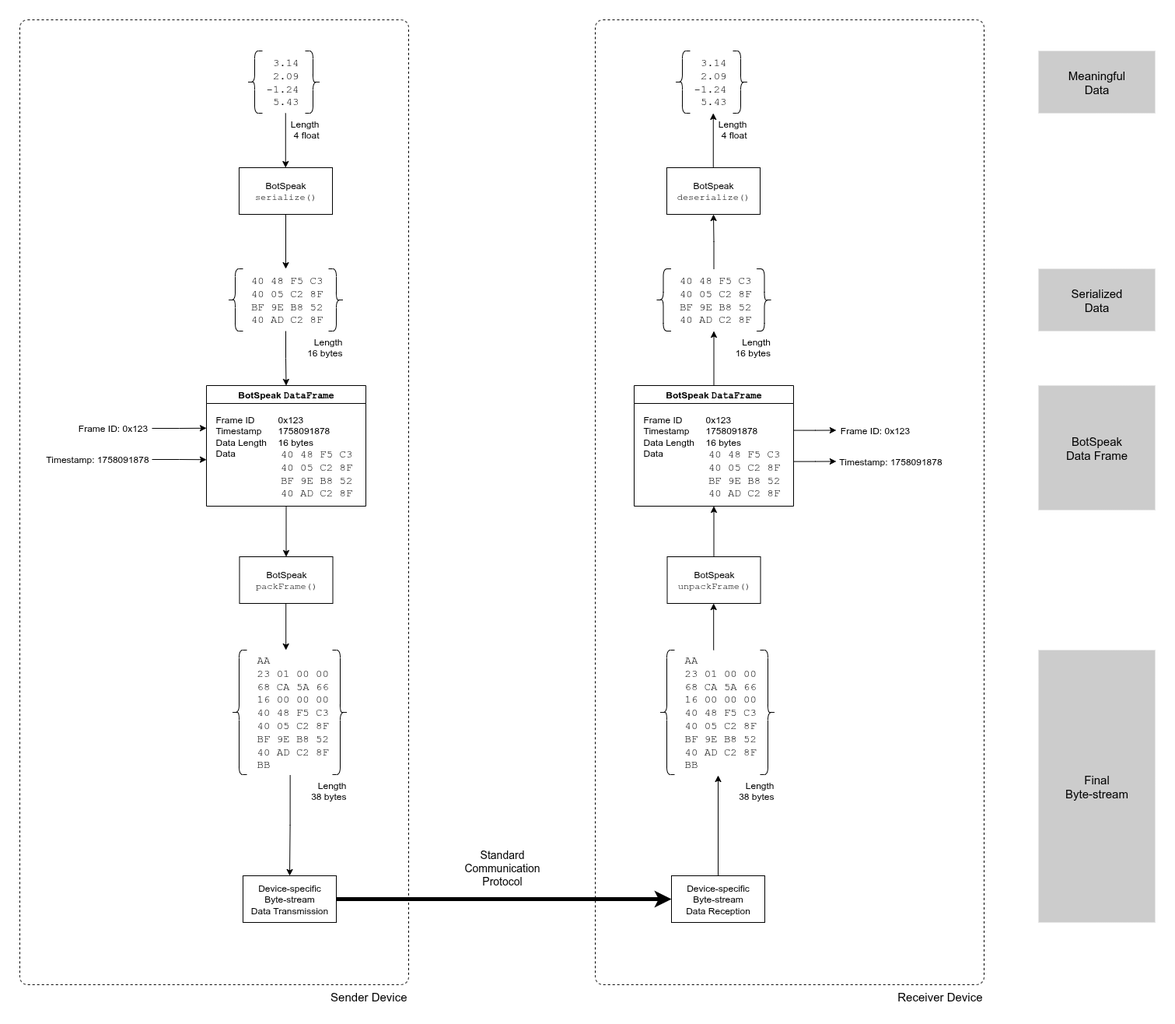
Above: docs/usage-flow.drawio.png in eccentricOrange/BotSpeak (draw.io), before the change. Source tidied: cells renumbered, new cells last; positions are measured from the earlier drawing's top-left corner, leaving out a move shared by most shapes.
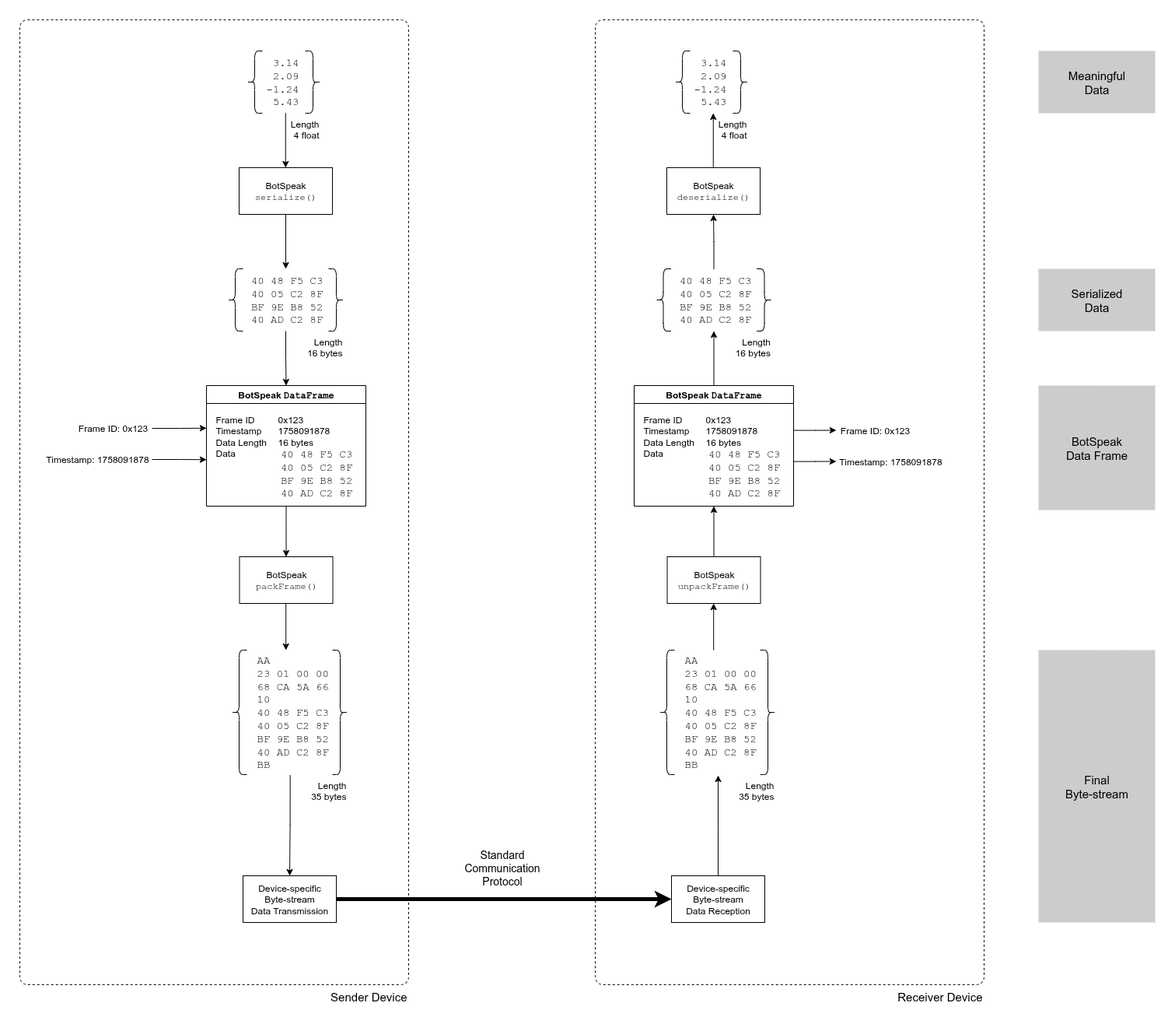
After the change.

Commit message:
correct length of dataLength

The edit, as a diff of the source:
```diff
@@ -63,13 +63,13 @@
     <mxCell id="19" value="&lt;span style=&quot;text-align: left;&quot;&gt;Timestamp: 1&lt;/span&gt;&lt;span style=&quot;text-align: left;&quot;&gt;758091878&lt;/span&gt;" style="text;html=1;align=center;verticalAlign=middle;whiteSpace=wrap;rounded=0;" parent="1" vertex="1">
       <mxGeometry x="30" y="550" width="140" height="30" as="geometry" />
     </mxCell>
-    <mxCell id="20" value="Length&#10;38 bytes" style="group;verticalAlign=top;labelPosition=center;verticalLabelPosition=bottom;align=right;" parent="1" vertex="1">
+    <mxCell id="20" value="Length&#10;35 bytes" style="group;verticalAlign=top;labelPosition=center;verticalLabelPosition=bottom;align=right;" parent="1" vertex="1">
       <mxGeometry x="272" y="810" width="150" height="160" as="geometry" />
     </mxCell>
     <mxCell id="21" style="shape=curlyBracket;whiteSpace=wrap;html=1;rounded=1;labelPosition=left;verticalLabelPosition=middle;align=right;verticalAlign=middle;direction=west;" parent="20" vertex="1">
       <mxGeometry x="130" width="20" height="160" as="geometry" />
     </mxCell>
-    <mxCell id="22" value="AA&lt;br&gt;23 01 00 00&lt;div&gt;68 CA 5A 66&lt;/div&gt;&lt;div&gt;16 00 00 00&lt;/div&gt;&lt;div&gt;40 48 F5 C3&lt;br&gt;40 05 C2 8F&lt;br&gt;BF 9E B8 52&lt;br&gt;40 AD C2 8F&lt;br&gt;BB&lt;/div&gt;" style="text;html=1;align=left;verticalAlign=middle;whiteSpace=wrap;rounded=0;fontFamily=Courier New;fontSize=14;" parent="20" vertex="1">
+    <mxCell id="22" value="AA&lt;br&gt;23 01 00 00&lt;div&gt;68 CA 5A 66&lt;/div&gt;&lt;div&gt;10&lt;/div&gt;&lt;div&gt;40 48 F5 C3&lt;br&gt;40 05 C2 8F&lt;br&gt;BF 9E B8 52&lt;br&gt;40 AD C2 8F&lt;br&gt;BB&lt;/div&gt;" style="text;html=1;align=left;verticalAlign=middle;whiteSpace=wrap;rounded=0;fontFamily=Courier New;fontSize=14;" parent="20" vertex="1">
       <mxGeometry x="31" width="99" height="160" as="geometry" />
     </mxCell>
     <mxCell id="23" style="shape=curlyBracket;whiteSpace=wrap;html=1;rounded=1;labelPosition=left;verticalLabelPosition=middle;align=right;verticalAlign=middle;" parent="20" vertex="1">
@@ -132,13 +132,13 @@
         <mxPoint x="891.8" y="120" as="targetPoint" />
       </mxGeometry>
     </mxCell>
-    <mxCell id="41" value="Length&#10;38 bytes" style="group;verticalAlign=top;labelPosition=center;verticalLabelPosition=bottom;align=right;" parent="1" vertex="1">
+    <mxCell id="41" value="Length&#10;35 bytes" style="group;verticalAlign=top;labelPosition=center;verticalLabelPosition=bottom;align=right;" parent="1" vertex="1">
       <mxGeometry x="822" y="810" width="150" height="160" as="geometry" />
     </mxCell>
     <mxCell id="42" style="shape=curlyBracket;whiteSpace=wrap;html=1;rounded=1;labelPosition=left;verticalLabelPosition=middle;align=right;verticalAlign=middle;direction=west;" parent="41" vertex="1">
       <mxGeometry x="130" width="20" height="160" as="geometry" />
     </mxCell>
-    <mxCell id="43" value="AA&lt;br&gt;23 01 00 00&lt;div&gt;68 CA 5A 66&lt;/div&gt;&lt;div&gt;16 00 00 00&lt;/div&gt;&lt;div&gt;40 48 F5 C3&lt;br&gt;40 05 C2 8F&lt;br&gt;BF 9E B8 52&lt;br&gt;40 AD C2 8F&lt;br&gt;BB&lt;/div&gt;" style="text;html=1;align=left;verticalAlign=middle;whiteSpace=wrap;rounded=0;fontFamily=Courier New;fontSize=14;" parent="41" vertex="1">
+    <mxCell id="43" value="AA&lt;br&gt;23 01 00 00&lt;div&gt;68 CA 5A 66&lt;/div&gt;&lt;div&gt;10&lt;/div&gt;&lt;div&gt;40 48 F5 C3&lt;br&gt;40 05 C2 8F&lt;br&gt;BF 9E B8 52&lt;br&gt;40 AD C2 8F&lt;br&gt;BB&lt;/div&gt;" style="text;html=1;align=left;verticalAlign=middle;whiteSpace=wrap;rounded=0;fontFamily=Courier New;fontSize=14;" parent="41" vertex="1">
       <mxGeometry x="31" width="99" height="160" as="geometry" />
     </mxCell>
     <mxCell id="44" style="shape=curlyBracket;whiteSpace=wrap;html=1;rounded=1;labelPosition=left;verticalLabelPosition=middle;align=right;verticalAlign=middle;" parent="41" vertex="1">
```
